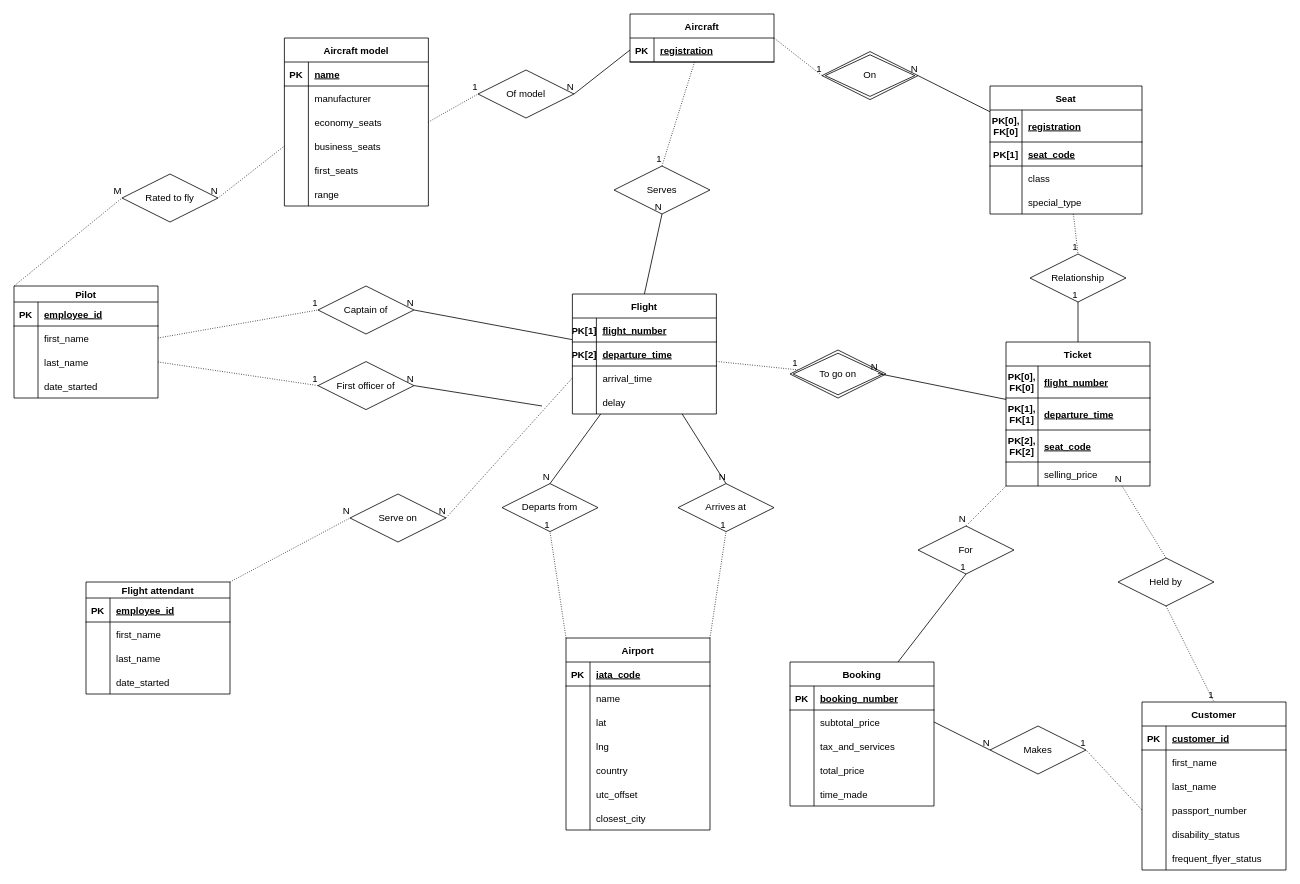
This is Airline system ER diagram.drawio from lyulka/comp3278, a draw.io file, before an edit. Source tidied: cells renumbered, new cells numbered last; positions are measured from the earlier drawing's top-left corner, leaving out a move shared by most shapes. Both pictures are drawn from the tidied source at 80%, with x=0, y=0 at pixel (14, 14).
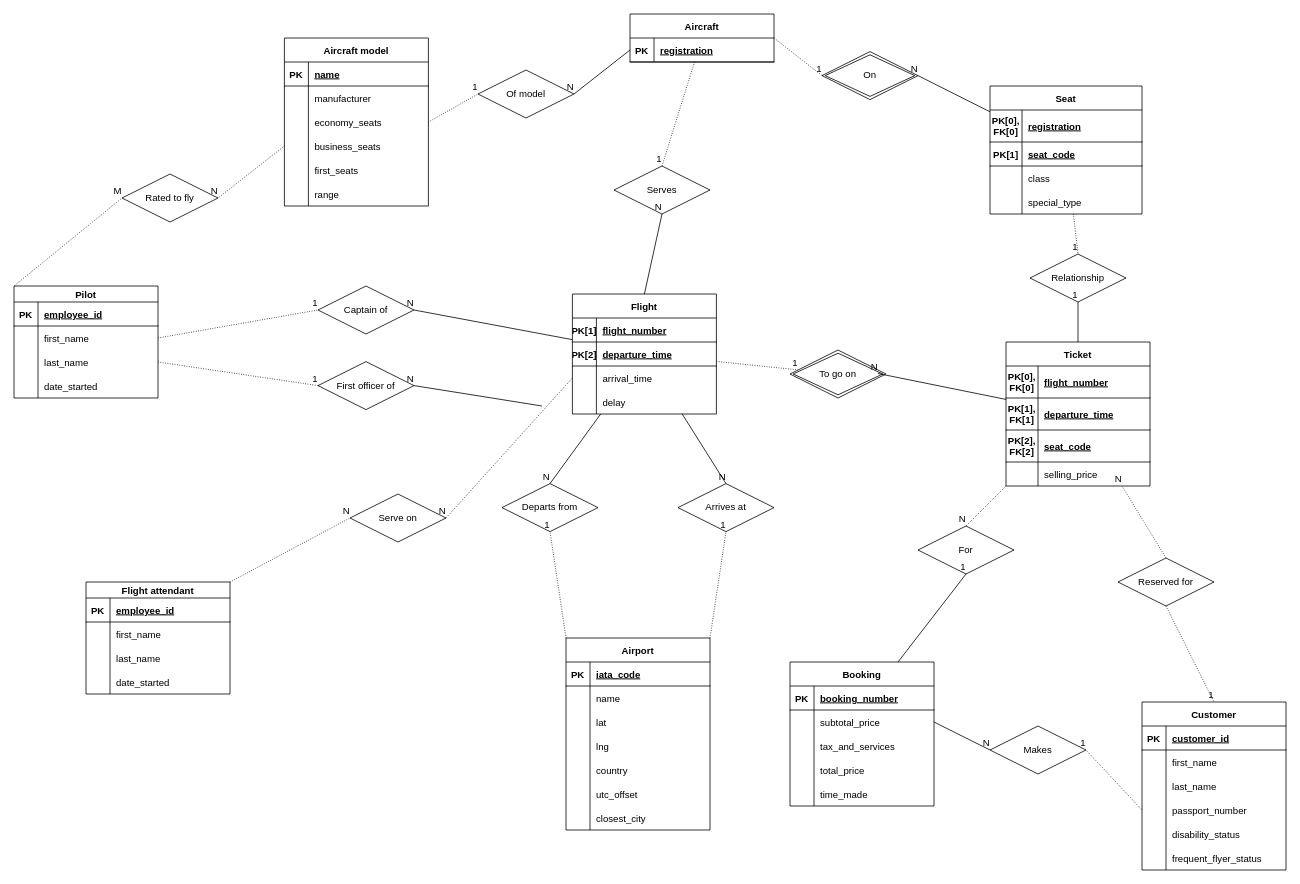
Above is the later version.

Commit message:
Change 'held by' to reserved for

Change to the diagram source:
```diff
@@
-    <mxCell id="54" value="Held by" style="shape=rhombus;perimeter=rhombusPerimeter;whiteSpace=wrap;html=1;align=center;" parent="1" vertex="1">
+    <mxCell id="54" value="Reserved for" style="shape=rhombus;perimeter=rhombusPerimeter;whiteSpace=wrap;html=1;align=center;" parent="1" vertex="1">
       <mxGeometry x="1380" y="680" width="120" height="60" as="geometry" />
     </mxCell>
```
